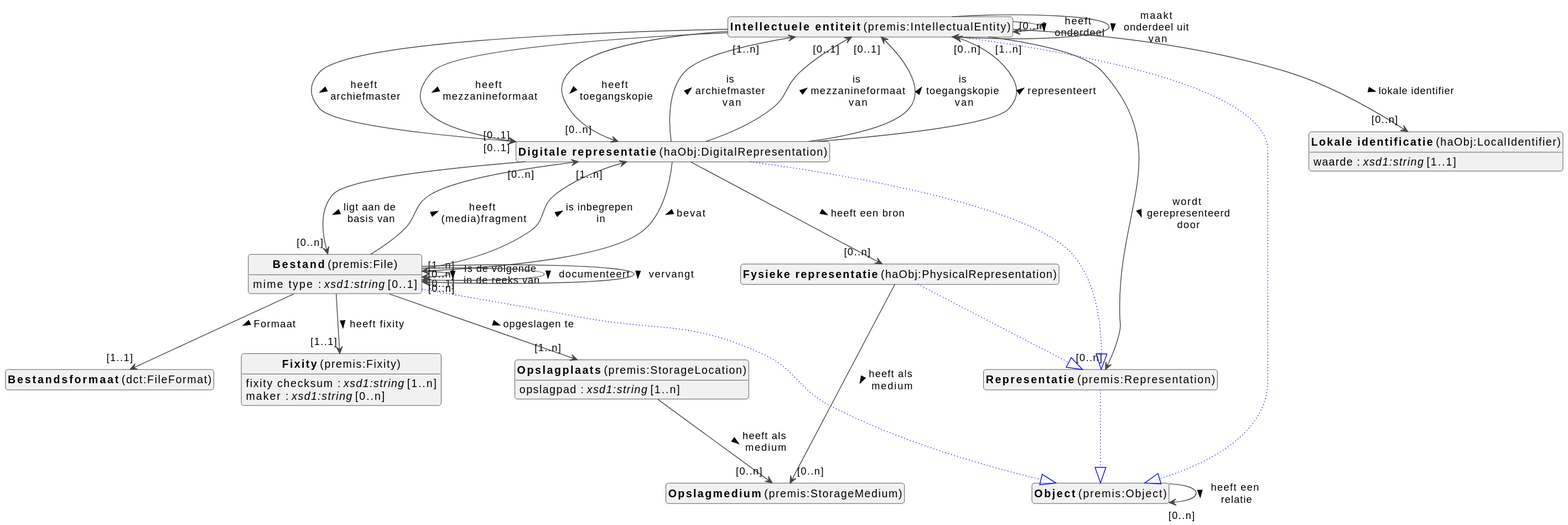
The PlantUML diagram docs/metadata/modellen/object-diagram.svg in viaacode/documentation-jekyll, before a commit.
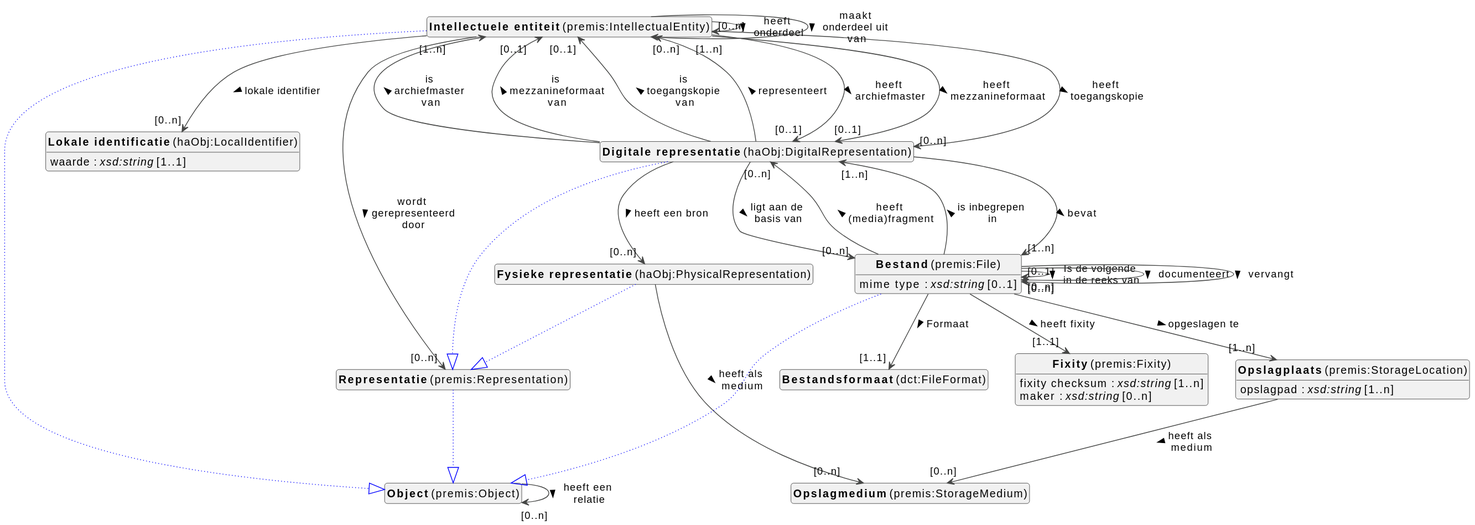
The same diagram one commit later.

What changed in the source:
```diff
@@ -16,9 +16,9 @@
 class "<b>Fixity</b> (premis:Fixity)" as premis_Fixity [[#premis%3AFixity]]
 class "<b>Opslagplaats</b> (premis:StorageLocation)" as premis_StorageLocation [[#premis%3AStorageLocation]]
 class "<b>Lokale identificatie</b> (haObj:LocalIdentifier)" as haObj_LocalIdentifier [[#haObj%3ALocalIdentifier]]
-class "<b>Representatie</b> (premis:Representation)" as premis_Representation [[#premis%3ARepresentation]]
 class "<b>Opslagmedium</b> (premis:StorageMedium)" as premis_StorageMedium [[#premis%3AStorageMedium]]
 class "<b>Bestandsformaat</b> (dct:FileFormat)" as dct_FileFormat [[#dct%3AFileFormat]]
+class "<b>Representatie</b> (premis:Representation)" as premis_Representation [[#premis%3ARepresentation]]
 
 
 
@@ -77,7 +77,7 @@
 premis_File --> "[1..1]" premis_Fixity : heeft fixity >
 
 premis_File --> "[1..n]" haObj_DigitalRepresentation : is inbegrepen in >
-premis_File : mime type : <i>xsd1:string</i> [0..1]
+premis_File : mime type : <i>xsd:string</i> [0..1]
 
 
 premis_File --> "[1..n]" premis_StorageLocation : opgeslagen te >
@@ -85,26 +85,26 @@
 premis_File --> "[0..n]" premis_File : vervangt >
 
 
-premis_Fixity : fixity checksum : <i>xsd1:string</i> [1..n]
+premis_Fixity : fixity checksum : <i>xsd:string</i> [1..n]
 
-premis_Fixity : maker : <i>xsd1:string</i> [0..n]
+premis_Fixity : maker : <i>xsd:string</i> [0..n]
 
 
 
 
 premis_StorageLocation --> "[0..n]" premis_StorageMedium : heeft als medium >
-premis_StorageLocation : opslagpad : <i>xsd1:string</i> [1..n]
+premis_StorageLocation : opslagpad : <i>xsd:string</i> [1..n]
 
 
 
-haObj_LocalIdentifier : waarde : <i>xsd1:string</i> [1..1]
-
-
-premis_Representation --|> premis_Object #blue;line.dotted;text:blue
+haObj_LocalIdentifier : waarde : <i>xsd:string</i> [1..1]
 
 
 
 
+
+
+premis_Representation --|> premis_Object #blue;line.dotted;text:blue
 
 
 
```
